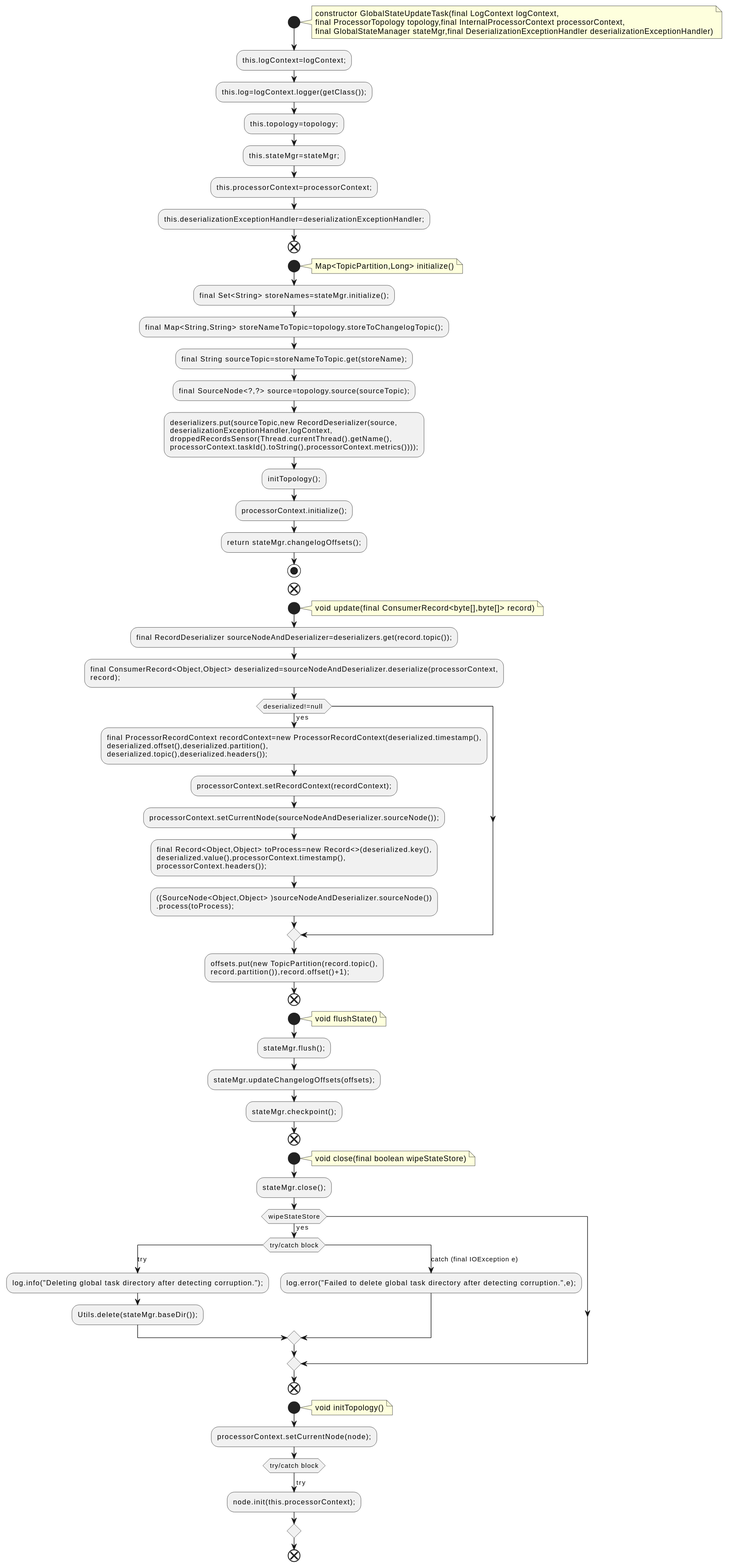
This is docs/qc/streams/src/main/java/org/apache/kafka/streams/processor/internals/GlobalStateUpdateTask.java.fct.svg from qualitesys/kafka, a PlantUML export, as it was before one commit.
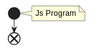
Later version of the same file.

Diff of the diagram source:
```diff
@@ -2,87 +2,7 @@
 !pragma layout smetana
 start
 note right
-constructor GlobalStateUpdateTask(final LogContext logContext,
-final ProcessorTopology topology,final InternalProcessorContext processorContext,
-final GlobalStateManager stateMgr,final DeserializationExceptionHandler deserializationExceptionHandler)
+Js Program
 end note
-:this.logContext=logContext;;
-:this.log=logContext.logger(getClass());;
-:this.topology=topology;;
-:this.stateMgr=stateMgr;;
-:this.processorContext=processorContext;;
-:this.deserializationExceptionHandler=deserializationExceptionHandler;;
-end
-start
-note right
-Map<TopicPartition,Long> initialize()
-end note
-:final Set<String> storeNames=stateMgr.initialize();;
-:final Map<String,String> storeNameToTopic=topology.storeToChangelogTopic();;
-:final String sourceTopic=storeNameToTopic.get(storeName);;
-:final SourceNode<?,?> source=topology.source(sourceTopic);;
-:deserializers.put(sourceTopic,new RecordDeserializer(source,
-deserializationExceptionHandler,logContext,
-droppedRecordsSensor(Thread.currentThread().getName(),
-processorContext.taskId().toString(),processorContext.metrics())));;
-:initTopology();;
-:processorContext.initialize();;
-:return stateMgr.changelogOffsets();;
-stop
-end
-start
-note right
-void update(final ConsumerRecord<byte[],byte[]> record)
-end note
-:final RecordDeserializer sourceNodeAndDeserializer=deserializers.get(record.topic());;
-:final ConsumerRecord<Object,Object> deserialized=sourceNodeAndDeserializer.deserialize(processorContext,
-record);;
-if (deserialized!=null ) then (yes)
-:final ProcessorRecordContext recordContext=new ProcessorRecordContext(deserialized.timestamp(),
-deserialized.offset(),deserialized.partition(),
-deserialized.topic(),deserialized.headers());;
-:processorContext.setRecordContext(recordContext);;
-:processorContext.setCurrentNode(sourceNodeAndDeserializer.sourceNode());;
-:final Record<Object,Object> toProcess=new Record<>(deserialized.key(),
-deserialized.value(),processorContext.timestamp(),
-processorContext.headers());;
-:((SourceNode<Object,Object> )sourceNodeAndDeserializer.sourceNode())
-.process(toProcess);;
-endif
-:offsets.put(new TopicPartition(record.topic(),
-record.partition()),record.offset()+1);;
-end
-start
-note right
-void flushState()
-end note
-:stateMgr.flush();;
-:stateMgr.updateChangelogOffsets(offsets);;
-:stateMgr.checkpoint();;
-end
-start
-note right
-void close(final boolean wipeStateStore)
-end note
-:stateMgr.close();;
-if (wipeStateStore) then (yes)
-switch (try/catch block)
-case (try)
-:log.info("Deleting global task directory after detecting corruption.");;
-:Utils.delete(stateMgr.baseDir());;
-case (catch (final IOException e))
-:log.error("Failed to delete global task directory after detecting corruption.",e);;
-endswitch
-endif
-end
-start
-note right
-void initTopology()
-end note
-:processorContext.setCurrentNode(node);;
-switch (try/catch block)
-case (try)
-:node.init(this.processorContext);;
-endswitch
 end
 @enduml
```
